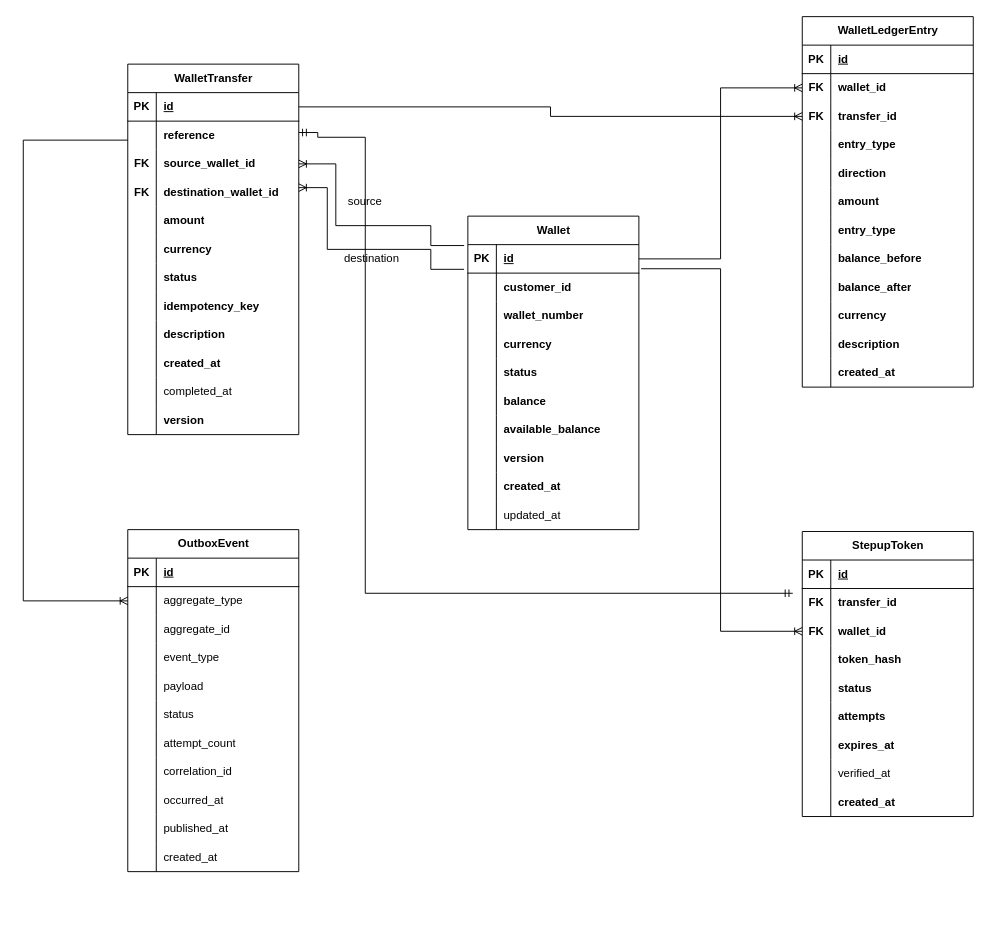
Earlier version of the draw.io diagram documentation/wallet-ms/WALLET-MS-ERD.drawio (Nic3holas-wq/mobile-money-wallet-microservices). Source tidied: cells renumbered, new cells numbered last; positions are measured from the earlier drawing's top-left corner, leaving out a move shared by most shapes. Both pictures are drawn from the tidied source at 95%, with x=0, y=0 at pixel (23, 16).
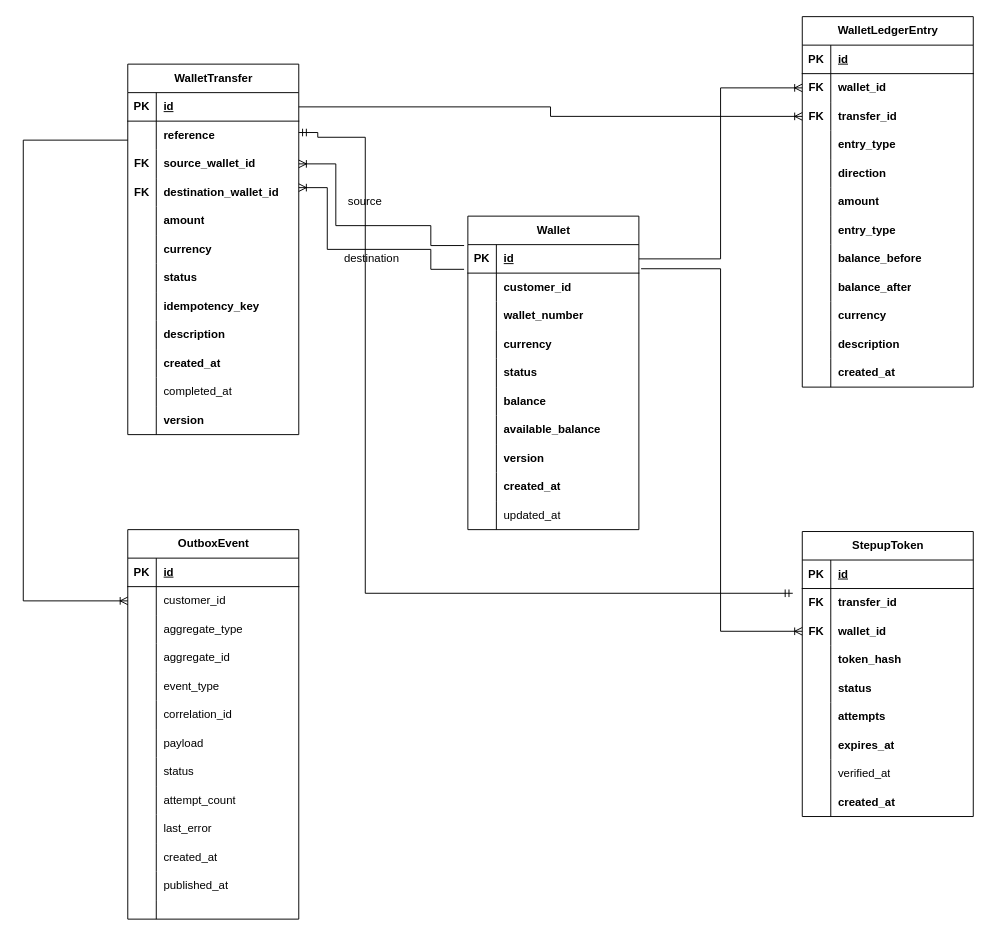
The same page after the edit.

Unchanged cells that the change refers to:
```xml
<mxCell id="37" style="shape=tableRow;horizontal=0;startSize=0;swimlaneHead=0;swimlaneBody=0;fillColor=none;points=[[0,0.5],[1,0.5]];portConstraint=eastwest;top=0;left=0;right=0;bottom=0;" parent="33" vertex="1">
  <mxGeometry y="60" width="180" height="30" as="geometry" />
</mxCell>
```

What changed in the source:
```diff
@@
     <mxCell id="33" value="OutboxEvent" style="shape=table;startSize=30;childLayout=tableLayout;rowLines=0;fontStyle=1;align=center;html=1;" parent="1" vertex="1">
-      <mxGeometry x="110" y="540" width="180" height="360" as="geometry" />
+      <mxGeometry x="110" y="540" width="180" height="410" as="geometry" />
     </mxCell>
@@
-    <mxCell id="39" value="aggregate_type" style="shape=partialRectangle;fillColor=none;top=0;left=0;bottom=0;right=0;align=left;spacingLeft=6;overflow=hidden;whiteSpace=wrap;html=1;" parent="37" vertex="1">
+    <mxCell id="39" value="customer_id" style="shape=partialRectangle;fillColor=none;top=0;left=0;bottom=0;right=0;align=left;spacingLeft=6;overflow=hidden;whiteSpace=wrap;html=1;" parent="37" vertex="1">
       <mxGeometry x="30" width="150" height="30" as="geometry" />
     </mxCell>
+    <mxCell id="178" style="shape=tableRow;horizontal=0;startSize=0;swimlaneHead=0;swimlaneBody=0;fillColor=none;top=0;left=0;right=0;bottom=0;" parent="33" vertex="1">
+      <mxGeometry y="90" width="180" height="30" as="geometry" />
+    </mxCell>
+    <mxCell id="179" style="shape=partialRectangle;fillColor=none;top=0;left=0;bottom=0;right=0;overflow=hidden;whiteSpace=wrap;html=1;" parent="178" vertex="1">
+      <mxGeometry width="30" height="30" as="geometry" />
+    </mxCell>
+    <mxCell id="180" value="aggregate_type" style="shape=partialRectangle;fillColor=none;top=0;left=0;bottom=0;right=0;align=left;spacingLeft=6;overflow=hidden;whiteSpace=wrap;html=1;" parent="178" vertex="1">
+      <mxGeometry x="30" width="150" height="30" as="geometry" />
+    </mxCell>
     <mxCell id="40" style="shape=tableRow;horizontal=0;startSize=0;swimlaneHead=0;swimlaneBody=0;fillColor=none;top=0;left=0;right=0;bottom=0;" parent="33" vertex="1">
-      <mxGeometry y="90" width="180" height="30" as="geometry" />
+      <mxGeometry y="120" width="180" height="30" as="geometry" />
     </mxCell>
@@
     <mxCell id="43" style="shape=tableRow;horizontal=0;startSize=0;swimlaneHead=0;swimlaneBody=0;fillColor=none;top=0;left=0;right=0;bottom=0;" parent="33" vertex="1">
-      <mxGeometry y="120" width="180" height="30" as="geometry" />
+      <mxGeometry y="150" width="180" height="30" as="geometry" />
     </mxCell>
@@
+    <mxCell id="181" style="shape=tableRow;horizontal=0;startSize=0;swimlaneHead=0;swimlaneBody=0;fillColor=none;top=0;left=0;right=0;bottom=0;" parent="33" vertex="1">
+      <mxGeometry y="180" width="180" height="30" as="geometry" />
+    </mxCell>
+    <mxCell id="182" style="shape=partialRectangle;fillColor=none;top=0;left=0;bottom=0;right=0;overflow=hidden;whiteSpace=wrap;html=1;" parent="181" vertex="1">
+      <mxGeometry width="30" height="30" as="geometry" />
+    </mxCell>
+    <mxCell id="183" value="correlation_id" style="shape=partialRectangle;fillColor=none;top=0;left=0;bottom=0;right=0;align=left;spacingLeft=6;overflow=hidden;whiteSpace=wrap;html=1;" parent="181" vertex="1">
+      <mxGeometry x="30" width="150" height="30" as="geometry" />
+    </mxCell>
     <mxCell id="46" style="shape=tableRow;horizontal=0;startSize=0;swimlaneHead=0;swimlaneBody=0;fillColor=none;top=0;left=0;right=0;bottom=0;" parent="33" vertex="1">
-      <mxGeometry y="150" width="180" height="30" as="geometry" />
+      <mxGeometry y="210" width="180" height="30" as="geometry" />
     </mxCell>
@@
     <mxCell id="49" style="shape=tableRow;horizontal=0;startSize=0;swimlaneHead=0;swimlaneBody=0;fillColor=none;top=0;left=0;right=0;bottom=0;" parent="33" vertex="1">
-      <mxGeometry y="180" width="180" height="30" as="geometry" />
+      <mxGeometry y="240" width="180" height="30" as="geometry" />
     </mxCell>
@@
     <mxCell id="52" style="shape=tableRow;horizontal=0;startSize=0;swimlaneHead=0;swimlaneBody=0;fillColor=none;top=0;left=0;right=0;bottom=0;" parent="33" vertex="1">
-      <mxGeometry y="210" width="180" height="30" as="geometry" />
+      <mxGeometry y="270" width="180" height="30" as="geometry" />
     </mxCell>
@@
     <mxCell id="55" style="shape=tableRow;horizontal=0;startSize=0;swimlaneHead=0;swimlaneBody=0;fillColor=none;top=0;left=0;right=0;bottom=0;" parent="33" vertex="1">
-      <mxGeometry y="240" width="180" height="30" as="geometry" />
+      <mxGeometry y="300" width="180" height="30" as="geometry" />
     </mxCell>
@@
-    <mxCell id="57" value="correlation_id" style="shape=partialRectangle;fillColor=none;top=0;left=0;bottom=0;right=0;align=left;spacingLeft=6;overflow=hidden;whiteSpace=wrap;html=1;" parent="55" vertex="1">
+    <mxCell id="57" value="last_error" style="shape=partialRectangle;fillColor=none;top=0;left=0;bottom=0;right=0;align=left;spacingLeft=6;overflow=hidden;whiteSpace=wrap;html=1;" parent="55" vertex="1">
       <mxGeometry x="30" width="150" height="30" as="geometry" />
     </mxCell>
     <mxCell id="58" style="shape=tableRow;horizontal=0;startSize=0;swimlaneHead=0;swimlaneBody=0;fillColor=none;top=0;left=0;right=0;bottom=0;" parent="33" vertex="1">
-      <mxGeometry y="270" width="180" height="30" as="geometry" />
+      <mxGeometry y="330" width="180" height="30" as="geometry" />
     </mxCell>
@@
-    <mxCell id="60" value="occurred_at" style="shape=partialRectangle;fillColor=none;top=0;left=0;bottom=0;right=0;align=left;spacingLeft=6;overflow=hidden;whiteSpace=wrap;html=1;" parent="58" vertex="1">
+    <mxCell id="60" value="created_at" style="shape=partialRectangle;fillColor=none;top=0;left=0;bottom=0;right=0;align=left;spacingLeft=6;overflow=hidden;whiteSpace=wrap;html=1;" parent="58" vertex="1">
       <mxGeometry x="30" width="150" height="30" as="geometry" />
     </mxCell>
     <mxCell id="61" style="shape=tableRow;horizontal=0;startSize=0;swimlaneHead=0;swimlaneBody=0;fillColor=none;top=0;left=0;right=0;bottom=0;" parent="33" vertex="1">
-      <mxGeometry y="300" width="180" height="30" as="geometry" />
+      <mxGeometry y="360" width="180" height="30" as="geometry" />
     </mxCell>
@@
     <mxCell id="64" style="shape=tableRow;horizontal=0;startSize=0;swimlaneHead=0;swimlaneBody=0;fillColor=none;top=0;left=0;right=0;bottom=0;" parent="33" vertex="1">
-      <mxGeometry y="330" width="180" height="30" as="geometry" />
+      <mxGeometry y="390" width="180" height="20" as="geometry" />
     </mxCell>
     <mxCell id="65" style="shape=partialRectangle;fillColor=none;top=0;left=0;bottom=0;right=0;overflow=hidden;whiteSpace=wrap;html=1;" parent="64" vertex="1">
-      <mxGeometry width="30" height="30" as="geometry" />
+      <mxGeometry width="30" height="20" as="geometry" />
     </mxCell>
-    <mxCell id="66" value="created_at" style="shape=partialRectangle;fillColor=none;top=0;left=0;bottom=0;right=0;align=left;spacingLeft=6;overflow=hidden;whiteSpace=wrap;html=1;" parent="64" vertex="1">
-      <mxGeometry x="30" width="150" height="30" as="geometry" />
+    <mxCell id="66" style="shape=partialRectangle;fillColor=none;top=0;left=0;bottom=0;right=0;align=left;spacingLeft=6;overflow=hidden;whiteSpace=wrap;html=1;" parent="64" vertex="1">
+      <mxGeometry x="30" width="150" height="20" as="geometry" />
     </mxCell>
```
